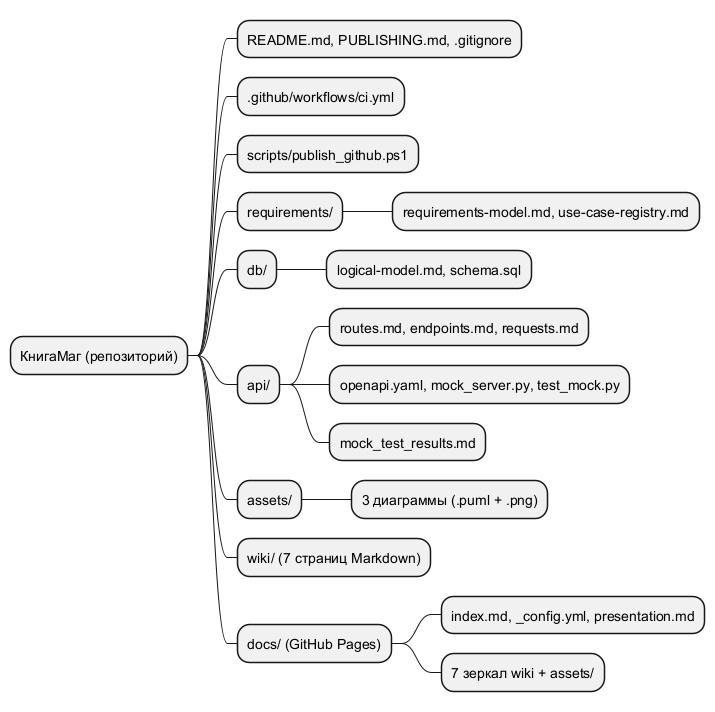
Above: assets/application_files.png in ZAFSNB/knigamag-lab4 (PlantUML), before the change.
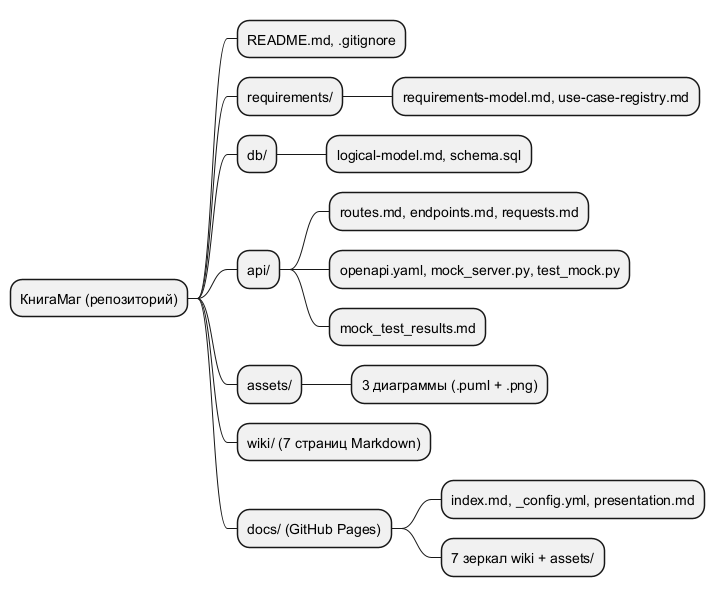
After the commit.

Commit message:
Keep only lab deliverables: remove publishing scripts, guide and CI config

What changed in the source:
```diff
@@ -1,8 +1,6 @@
 @startmindmap
 * КнигаМаг (репозиторий)
-** README.md, PUBLISHING.md, .gitignore
-** .github/workflows/ci.yml
-** scripts/publish_github.ps1
+** README.md, .gitignore
 ** requirements/
 *** requirements-model.md, use-case-registry.md
 ** db/
```
